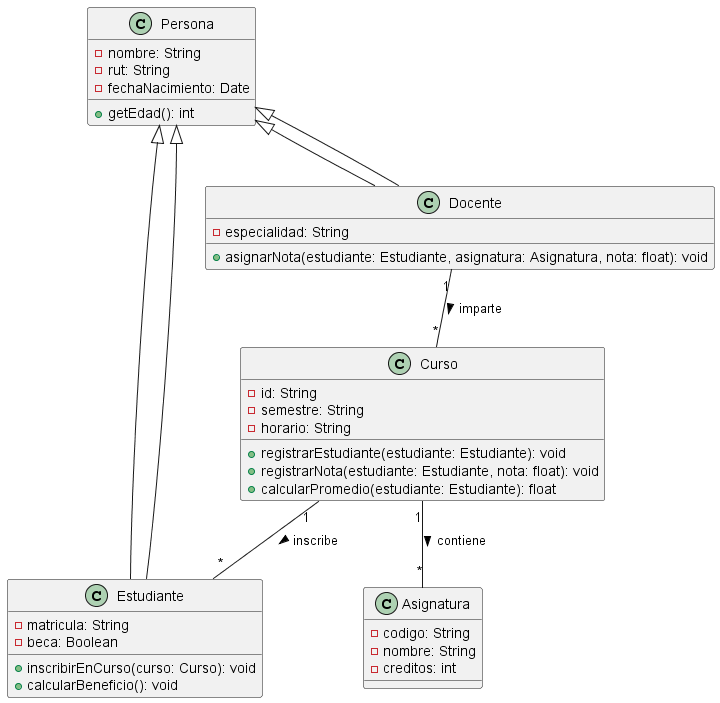
Before: tarea_uml_sistema_academico.png, a diagram exported from PlantUML (hersil7/tarea_semana4_POO).
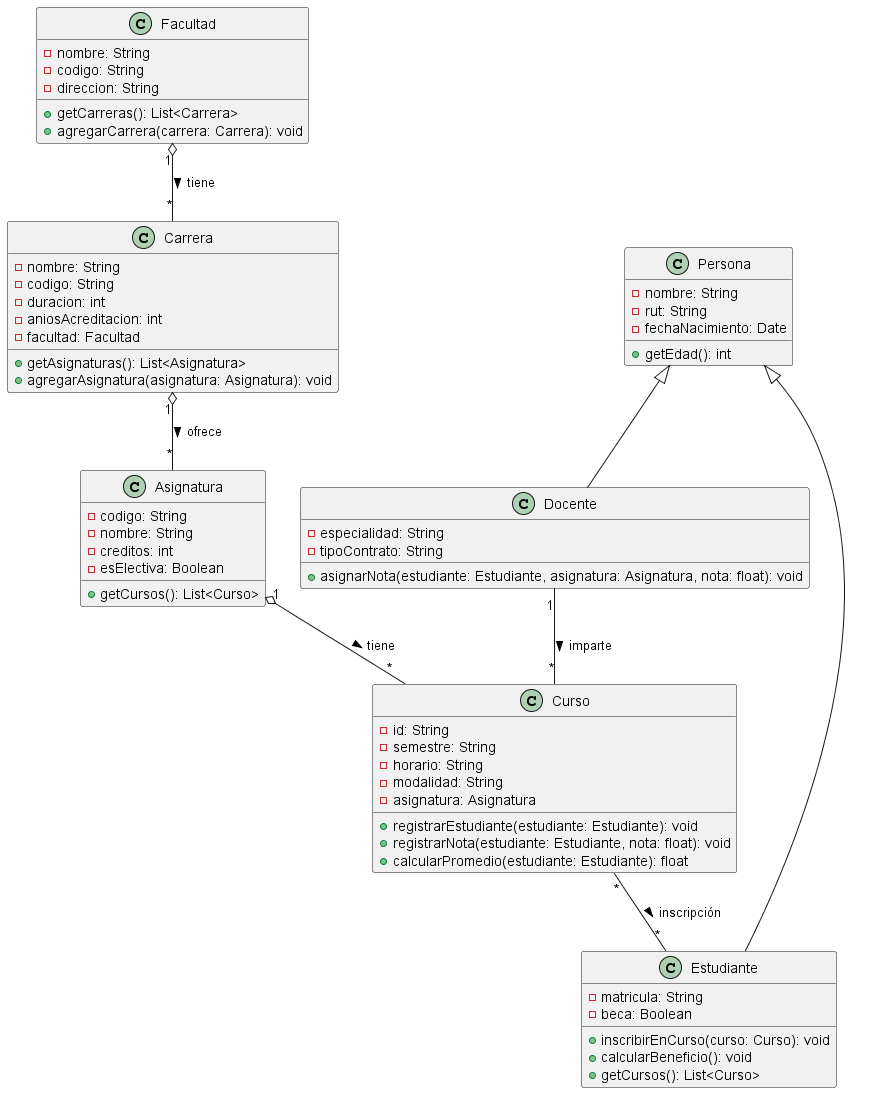
After the change.

Commit message:
Diagrama final más inicio parte Python

Diff of the diagram source:
```diff
@@ -1,4 +1,22 @@
 @startuml tarea_uml_sistema_academico
+
+class Facultad {
+  - nombre: String
+  - codigo: String
+  - direccion: String
+  + getCarreras(): List<Carrera>
+  + agregarCarrera(carrera: Carrera): void
+}
+
+class Carrera {
+  - nombre: String
+  - codigo: String
+  - duracion: int
+  - aniosAcreditacion: int
+  - facultad: Facultad
+  + getAsignaturas(): List<Asignatura>
+  + agregarAsignatura(asignatura: Asignatura): void
+}
 
 class Persona {
   - nombre: String
@@ -12,32 +30,42 @@
   - beca: Boolean
   + inscribirEnCurso(curso: Curso): void
   + calcularBeneficio(): void
+  + getCursos(): List<Curso>
 }
 
 class Docente extends Persona {
   - especialidad: String
+  - tipoContrato: String
   + asignarNota(estudiante: Estudiante, asignatura: Asignatura, nota: float): void
 }
+
 
 class Asignatura {
   - codigo: String
   - nombre: String
   - creditos: int
+  - esElectiva: Boolean
+  + getCursos(): List<Curso>
 }
 
 class Curso {
   - id: String
   - semestre: String
   - horario: String
+  - modalidad: String
+  - asignatura: Asignatura
   + registrarEstudiante(estudiante: Estudiante): void
   + registrarNota(estudiante: Estudiante, nota: float): void
   + calcularPromedio(estudiante: Estudiante): float
 }
 
-Persona <|-- Estudiante
-Persona <|-- Docente
-Curso "1" -- "*" Estudiante : inscribe >
-Curso "1" -- "*" Asignatura : contiene >
+
+
+
+Facultad "1" o-- "*" Carrera : tiene >
+Carrera "1" o-- "*" Asignatura : ofrece >
+Asignatura "1" o-- "*" Curso : tiene >
+Curso "*" -- "*" Estudiante : inscripción >
 Docente "1" -- "*" Curso : imparte >
 
 @enduml
```
